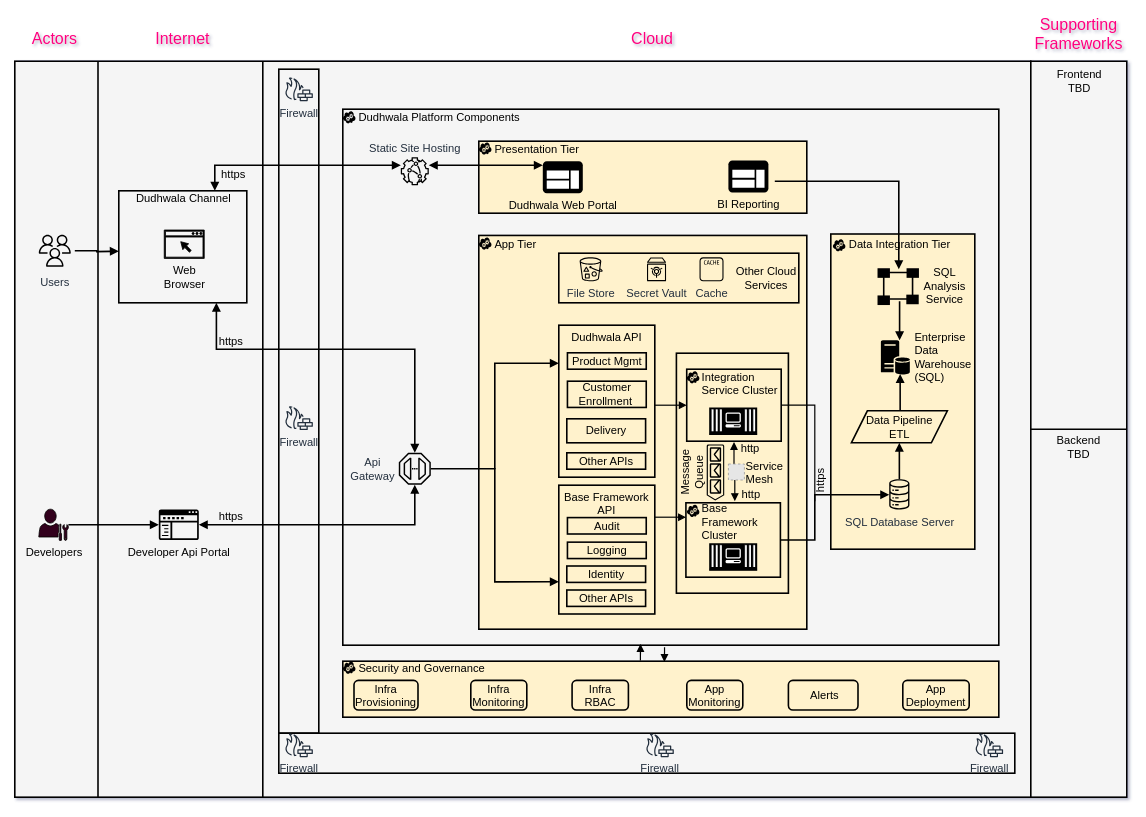
Above: docs/diagram/logical_view.drawio in dudhwalas/dudhwala (draw.io), before the change. Source tidied: cells renumbered, new cells numbered last; positions are measured from the earlier drawing's top-left corner, leaving out a move shared by most shapes. Both pictures are drawn from the tidied source at 80%, with x=0, y=0 at pixel (14, 21). Pictures stored in the file or linked from it are replaced by grey dashed boxes.
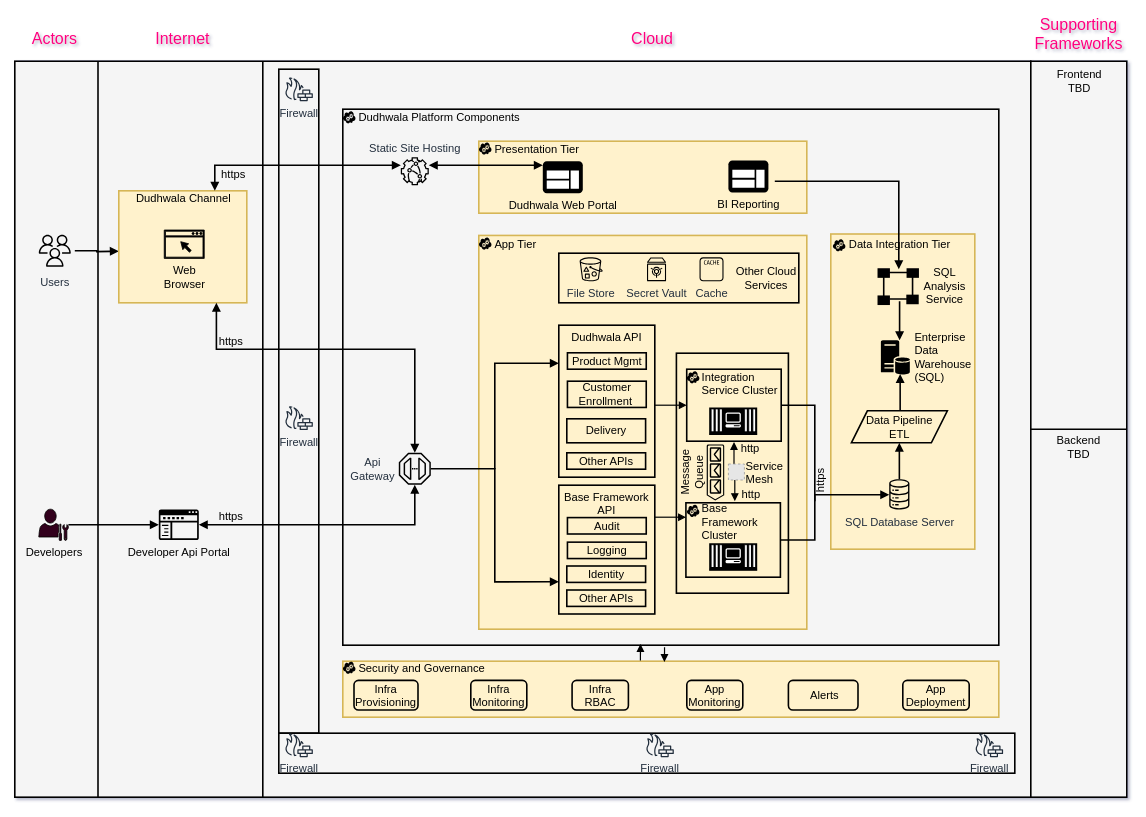
Above is the later version.

Commit message (it also covers changes not shown here):
Updated logical view

The change refers to these unchanged cells:
```xml
<mxCell id="45" style="rounded=0;whiteSpace=wrap;html=1;sketch=0;fillStyle=solid;strokeColor=#000000;fillColor=none;fontSize=14;fontFamily=Helvetica;labelBackgroundColor=none;strokeWidth=2;" parent="1" vertex="1">
  <mxGeometry x="839.9" y="435" width="118.1" height="90" as="geometry" />
</mxCell>
```

The edit, as a diff of the source:
```diff
@@
-    <mxCell id="4" style="rounded=0;whiteSpace=wrap;html=1;sketch=0;fillStyle=solid;fillColor=#fff2cc;spacing=2;fontSize=14;fontFamily=Helvetica;labelBackgroundColor=none;strokeColor=default;strokeWidth=2;" parent="1" vertex="1">
+    <mxCell id="4" style="rounded=0;whiteSpace=wrap;html=1;sketch=0;fillStyle=solid;fillColor=#fff2cc;spacing=2;fontSize=14;fontFamily=Helvetica;labelBackgroundColor=none;strokeWidth=2;strokeColor=#d6b656;" parent="1" vertex="1">
       <mxGeometry x="1020" y="266" width="180" height="394" as="geometry" />
     </mxCell>
-    <mxCell id="5" style="rounded=0;whiteSpace=wrap;html=1;sketch=0;fillStyle=solid;fillColor=#fff2cc;spacing=2;fontSize=14;fontFamily=Helvetica;labelBackgroundColor=none;strokeColor=default;strokeWidth=2;" parent="1" vertex="1">
+    <mxCell id="5" style="rounded=0;whiteSpace=wrap;html=1;sketch=0;fillStyle=solid;fillColor=#fff2cc;spacing=2;fontSize=14;fontFamily=Helvetica;labelBackgroundColor=none;strokeWidth=2;strokeColor=#d6b656;" parent="1" vertex="1">
       <mxGeometry x="580" y="267.8" width="410" height="492.2" as="geometry" />
     </mxCell>
@@
-    <mxCell id="16" style="rounded=0;whiteSpace=wrap;html=1;sketch=0;fillStyle=solid;fillColor=none;fontSize=14;fontFamily=Helvetica;labelBackgroundColor=none;strokeWidth=2;" parent="1" vertex="1">
+    <mxCell id="16" style="rounded=0;whiteSpace=wrap;html=1;sketch=0;fillStyle=solid;fillColor=#fff2cc;fontSize=14;fontFamily=Helvetica;labelBackgroundColor=none;strokeWidth=2;strokeColor=#d6b656;" parent="1" vertex="1">
       <mxGeometry x="130" y="212" width="160" height="140" as="geometry" />
     </mxCell>
@@
-    <mxCell id="32" style="rounded=0;whiteSpace=wrap;html=1;sketch=0;fillStyle=solid;fillColor=#fff2cc;fontSize=14;fontFamily=Helvetica;labelBackgroundColor=none;strokeColor=default;strokeWidth=2;" parent="1" vertex="1">
+    <mxCell id="32" style="rounded=0;whiteSpace=wrap;html=1;sketch=0;fillStyle=solid;fillColor=#fff2cc;fontSize=14;fontFamily=Helvetica;labelBackgroundColor=none;strokeWidth=2;strokeColor=#d6b656;" parent="1" vertex="1">
       <mxGeometry x="580" y="150" width="410" height="90" as="geometry" />
     </mxCell>
@@
-    <mxCell id="72" style="rounded=0;whiteSpace=wrap;html=1;sketch=0;fillStyle=solid;fillColor=#fff2cc;spacing=2;fontSize=14;fontFamily=Helvetica;labelBackgroundColor=none;strokeColor=default;strokeWidth=2;" parent="1" vertex="1">
+    <mxCell id="72" style="rounded=0;whiteSpace=wrap;html=1;sketch=0;fillStyle=solid;fillColor=#fff2cc;spacing=2;fontSize=14;fontFamily=Helvetica;labelBackgroundColor=none;strokeWidth=2;strokeColor=#d6b656;" parent="1" vertex="1">
       <mxGeometry x="410" y="800" width="820" height="70" as="geometry" />
     </mxCell>
@@
-    <mxCell id="75" value="Infra Provisioning" style="rounded=1;whiteSpace=wrap;html=1;sketch=0;strokeColor=default;fillColor=none;fontSize=14;fontFamily=Helvetica;labelBackgroundColor=none;strokeWidth=2;" parent="1" vertex="1">
+    <mxCell id="75" value="Infra Provisioning" style="rounded=1;whiteSpace=wrap;html=1;sketch=0;fillColor=none;fontSize=14;fontFamily=Helvetica;labelBackgroundColor=none;strokeWidth=2;" parent="1" vertex="1">
       <mxGeometry x="424" y="824" width="80" height="37" as="geometry" />
     </mxCell>
-    <mxCell id="76" value="Infra&lt;br style=&quot;font-size: 14px;&quot;&gt;Monitoring" style="rounded=1;whiteSpace=wrap;html=1;sketch=0;strokeColor=default;fillColor=none;fontSize=14;fontFamily=Helvetica;labelBackgroundColor=none;strokeWidth=2;" parent="1" vertex="1">
+    <mxCell id="76" value="Infra&lt;br style=&quot;font-size: 14px;&quot;&gt;Monitoring" style="rounded=1;whiteSpace=wrap;html=1;sketch=0;fillColor=none;fontSize=14;fontFamily=Helvetica;labelBackgroundColor=none;strokeWidth=2;" parent="1" vertex="1">
       <mxGeometry x="570" y="824" width="70" height="37" as="geometry" />
     </mxCell>
-    <mxCell id="77" value="Infra&lt;br style=&quot;font-size: 14px;&quot;&gt;RBAC" style="rounded=1;whiteSpace=wrap;html=1;sketch=0;strokeColor=default;fillColor=none;fontSize=14;fontFamily=Helvetica;labelBackgroundColor=none;strokeWidth=2;" parent="1" vertex="1">
+    <mxCell id="77" value="Infra&lt;br style=&quot;font-size: 14px;&quot;&gt;RBAC" style="rounded=1;whiteSpace=wrap;html=1;sketch=0;fillColor=none;fontSize=14;fontFamily=Helvetica;labelBackgroundColor=none;strokeWidth=2;" parent="1" vertex="1">
       <mxGeometry x="696.6" y="824" width="70.4" height="37" as="geometry" />
     </mxCell>
-    <mxCell id="78" value="App&lt;br style=&quot;font-size: 14px;&quot;&gt;Monitoring" style="rounded=1;whiteSpace=wrap;html=1;sketch=0;strokeColor=default;fillColor=none;fontSize=14;fontFamily=Helvetica;labelBackgroundColor=none;strokeWidth=2;" parent="1" vertex="1">
+    <mxCell id="78" value="App&lt;br style=&quot;font-size: 14px;&quot;&gt;Monitoring" style="rounded=1;whiteSpace=wrap;html=1;sketch=0;fillColor=none;fontSize=14;fontFamily=Helvetica;labelBackgroundColor=none;strokeWidth=2;" parent="1" vertex="1">
       <mxGeometry x="840" y="824" width="70" height="37" as="geometry" />
     </mxCell>
-    <mxCell id="79" value="&amp;nbsp;Alerts" style="rounded=1;whiteSpace=wrap;html=1;sketch=0;strokeColor=default;fillColor=none;fontSize=14;fontFamily=Helvetica;labelBackgroundColor=none;strokeWidth=2;" parent="1" vertex="1">
+    <mxCell id="79" value="&amp;nbsp;Alerts" style="rounded=1;whiteSpace=wrap;html=1;sketch=0;fillColor=none;fontSize=14;fontFamily=Helvetica;labelBackgroundColor=none;strokeWidth=2;" parent="1" vertex="1">
       <mxGeometry x="967" y="824" width="87" height="37" as="geometry" />
     </mxCell>
-    <mxCell id="80" value="App Deployment" style="rounded=1;whiteSpace=wrap;html=1;sketch=0;strokeColor=default;fillColor=none;fontSize=14;fontFamily=Helvetica;labelBackgroundColor=none;strokeWidth=2;" parent="1" vertex="1">
+    <mxCell id="80" value="App Deployment" style="rounded=1;whiteSpace=wrap;html=1;sketch=0;fillColor=none;fontSize=14;fontFamily=Helvetica;labelBackgroundColor=none;strokeWidth=2;" parent="1" vertex="1">
       <mxGeometry x="1110" y="824" width="83" height="37" as="geometry" />
     </mxCell>
@@
-    <mxCell id="93" style="endArrow=none;html=1;rounded=0;exitX=1;exitY=0.5;exitDx=0;exitDy=0;strokeWidth=1.5;fontFamily=Helvetica;fontSize=14;" parent="1" edge="1" source="45">
+    <mxCell id="93" style="endArrow=none;html=1;rounded=0;exitX=1;exitY=0.5;exitDx=0;exitDy=0;strokeWidth=2;fontFamily=Helvetica;fontSize=14;" parent="1" edge="1" source="45">
       <mxGeometry relative="1" as="geometry">
         <mxPoint x="1000" y="600" as="targetPoint" />
         <Array as="points">
           <mxPoint x="1000" y="480" />
         </Array>
       </mxGeometry>
     </mxCell>
```
